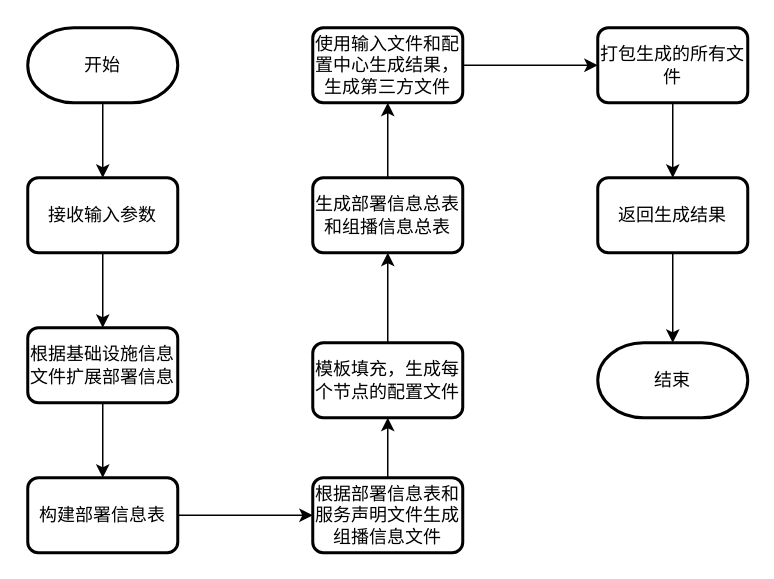
Before: page "整体流程图" (1 of 18) of docs/details/drawiofiles/概设原始图.drawio in dalgorithm-bastar/configer, a draw.io diagram. Source tidied: cells renumbered, new cells numbered last; positions are measured from the earlier drawing's top-left corner, leaving out a move shared by most shapes. Both pictures are drawn from the tidied source at 150%, with x=0, y=0 at pixel (27, 27).
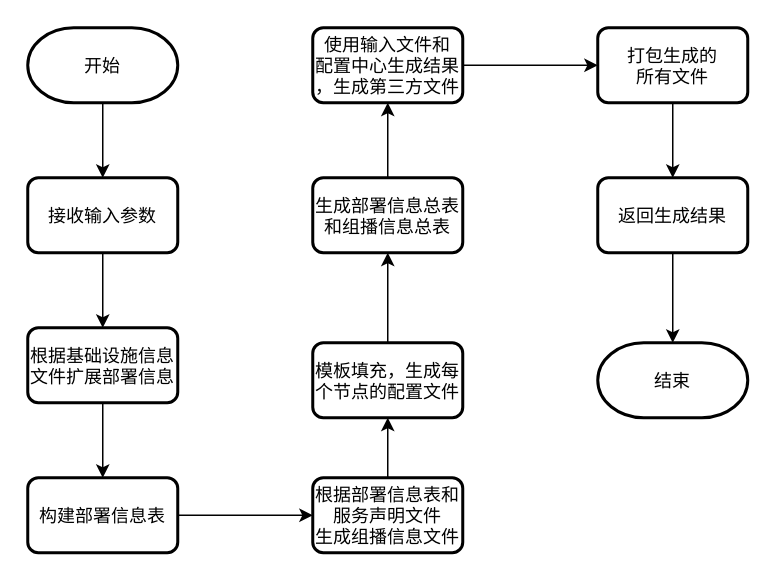
After the change.

Change to the diagram source:
```diff
@@
-    <mxCell id="2" style="edgeStyle=none;html=1;entryX=0.5;entryY=0;entryDx=0;entryDy=0;" parent="1" edge="1" source="3" target="5">
+    <mxCell id="2" style="edgeStyle=none;entryX=0.5;entryY=0;entryDx=0;entryDy=0;" parent="1" edge="1" source="3" target="5">
       <mxGeometry relative="1" as="geometry" />
     </mxCell>
-    <mxCell id="3" value="开始" style="strokeWidth=2;html=1;shape=mxgraph.flowchart.terminator;whiteSpace=wrap;" parent="1" vertex="1">
+    <mxCell id="3" value="开始" style="strokeWidth=2;shape=mxgraph.flowchart.terminator;" parent="1" vertex="1">
       <mxGeometry width="100" height="50" as="geometry" />
     </mxCell>
-    <mxCell id="4" style="edgeStyle=none;html=1;entryX=0.5;entryY=0;entryDx=0;entryDy=0;" parent="1" edge="1" source="5" target="7">
+    <mxCell id="4" style="edgeStyle=none;entryX=0.5;entryY=0;entryDx=0;entryDy=0;" parent="1" edge="1" source="5" target="7">
       <mxGeometry relative="1" as="geometry" />
     </mxCell>
-    <mxCell id="5" value="接收输入参数" style="rounded=1;whiteSpace=wrap;html=1;absoluteArcSize=1;arcSize=14;strokeWidth=2;" parent="1" vertex="1">
+    <mxCell id="5" value="接收输入参数" style="rounded=1;absoluteArcSize=1;arcSize=14;strokeWidth=2;" parent="1" vertex="1">
       <mxGeometry y="100" width="100" height="50" as="geometry" />
     </mxCell>
-    <mxCell id="6" style="edgeStyle=none;html=1;entryX=0.5;entryY=0;entryDx=0;entryDy=0;" parent="1" edge="1" source="7" target="9">
+    <mxCell id="6" style="edgeStyle=none;entryX=0.5;entryY=0;entryDx=0;entryDy=0;" parent="1" edge="1" source="7" target="9">
       <mxGeometry relative="1" as="geometry" />
     </mxCell>
-    <mxCell id="7" value="根据基础设施信息文件扩展部署信息" style="rounded=1;whiteSpace=wrap;html=1;absoluteArcSize=1;arcSize=14;strokeWidth=2;" parent="1" vertex="1">
+    <mxCell id="7" value="根据基础设施信息&#10;文件扩展部署信息" style="rounded=1;absoluteArcSize=1;arcSize=14;strokeWidth=2;" parent="1" vertex="1">
       <mxGeometry y="200" width="100" height="50" as="geometry" />
     </mxCell>
-    <mxCell id="8" style="edgeStyle=none;html=1;entryX=0;entryY=0.5;entryDx=0;entryDy=0;" parent="1" edge="1" source="9" target="22">
+    <mxCell id="8" style="edgeStyle=none;entryX=0;entryY=0.5;entryDx=0;entryDy=0;" parent="1" edge="1" source="9" target="22">
       <mxGeometry relative="1" as="geometry" />
     </mxCell>
-    <mxCell id="9" value="构建部署信息表" style="rounded=1;whiteSpace=wrap;html=1;absoluteArcSize=1;arcSize=14;strokeWidth=2;" parent="1" vertex="1">
+    <mxCell id="9" value="构建部署信息表" style="rounded=1;absoluteArcSize=1;arcSize=14;strokeWidth=2;" parent="1" vertex="1">
       <mxGeometry y="300" width="100" height="50" as="geometry" />
     </mxCell>
-    <mxCell id="10" style="edgeStyle=none;html=1;entryX=0.5;entryY=1;entryDx=0;entryDy=0;" parent="1" edge="1" source="11" target="14">
+    <mxCell id="10" style="edgeStyle=none;entryX=0.5;entryY=1;entryDx=0;entryDy=0;" parent="1" edge="1" source="11" target="14">
       <mxGeometry relative="1" as="geometry" />
     </mxCell>
-    <mxCell id="11" value="模板填充，生成每个节点的配置文件" style="rounded=1;whiteSpace=wrap;html=1;absoluteArcSize=1;arcSize=14;strokeWidth=2;" parent="1" vertex="1">
+    <mxCell id="11" value="模板填充，生成每&#10;个节点的配置文件" style="rounded=1;absoluteArcSize=1;arcSize=14;strokeWidth=2;" parent="1" vertex="1">
       <mxGeometry x="190" y="210" width="100" height="50" as="geometry" />
     </mxCell>
-    <mxCell id="12" value="使用输入文件和配置中心生成结果，生成第三方文件" style="rounded=1;whiteSpace=wrap;html=1;absoluteArcSize=1;arcSize=14;strokeWidth=2;" parent="1" vertex="1">
+    <mxCell id="12" value="使用输入文件和&#10;配置中心生成结果&#10;，生成第三方文件" style="rounded=1;absoluteArcSize=1;arcSize=14;strokeWidth=2;" parent="1" vertex="1">
       <mxGeometry x="190" width="100" height="50" as="geometry" />
     </mxCell>
-    <mxCell id="13" style="edgeStyle=none;html=1;entryX=0.5;entryY=1;entryDx=0;entryDy=0;" parent="1" edge="1" source="14" target="12">
+    <mxCell id="13" style="edgeStyle=none;entryX=0.5;entryY=1;entryDx=0;entryDy=0;" parent="1" edge="1" source="14" target="12">
       <mxGeometry relative="1" as="geometry" />
     </mxCell>
-    <mxCell id="14" value="生成部署信息总表和组播信息总表" style="rounded=1;whiteSpace=wrap;html=1;absoluteArcSize=1;arcSize=14;strokeWidth=2;" parent="1" vertex="1">
+    <mxCell id="14" value="生成部署信息总表&#10;和组播信息总表" style="rounded=1;absoluteArcSize=1;arcSize=14;strokeWidth=2;" parent="1" vertex="1">
       <mxGeometry x="190" y="100" width="100" height="50" as="geometry" />
     </mxCell>
-    <mxCell id="15" style="edgeStyle=none;html=1;exitX=1;exitY=0.5;exitDx=0;exitDy=0;entryX=0;entryY=0.5;entryDx=0;entryDy=0;" parent="1" edge="1" source="12" target="17">
+    <mxCell id="15" style="edgeStyle=none;exitX=1;exitY=0.5;exitDx=0;exitDy=0;entryX=0;entryY=0.5;entryDx=0;entryDy=0;" parent="1" edge="1" source="12" target="17">
       <mxGeometry relative="1" as="geometry" />
     </mxCell>
-    <mxCell id="16" style="edgeStyle=none;html=1;entryX=0.5;entryY=0;entryDx=0;entryDy=0;" parent="1" edge="1" source="17" target="19">
+    <mxCell id="16" style="edgeStyle=none;entryX=0.5;entryY=0;entryDx=0;entryDy=0;" parent="1" edge="1" source="17" target="19">
       <mxGeometry relative="1" as="geometry" />
     </mxCell>
-    <mxCell id="17" value="打包生成的所有文件" style="rounded=1;whiteSpace=wrap;html=1;absoluteArcSize=1;arcSize=14;strokeWidth=2;" parent="1" vertex="1">
+    <mxCell id="17" value="打包生成的&#10;所有文件" style="rounded=1;absoluteArcSize=1;arcSize=14;strokeWidth=2;" parent="1" vertex="1">
       <mxGeometry x="380" width="100" height="50" as="geometry" />
     </mxCell>
-    <mxCell id="18" style="edgeStyle=none;html=1;entryX=0.5;entryY=0;entryDx=0;entryDy=0;entryPerimeter=0;" parent="1" edge="1" source="19" target="20">
+    <mxCell id="18" style="edgeStyle=none;entryX=0.5;entryY=0;entryDx=0;entryDy=0;entryPerimeter=0;" parent="1" edge="1" source="19" target="20">
       <mxGeometry relative="1" as="geometry" />
     </mxCell>
-    <mxCell id="19" value="返回生成结果" style="rounded=1;whiteSpace=wrap;html=1;absoluteArcSize=1;arcSize=14;strokeWidth=2;" parent="1" vertex="1">
+    <mxCell id="19" value="返回生成结果" style="rounded=1;absoluteArcSize=1;arcSize=14;strokeWidth=2;" parent="1" vertex="1">
       <mxGeometry x="380" y="100" width="100" height="50" as="geometry" />
     </mxCell>
-    <mxCell id="20" value="结束" style="strokeWidth=2;html=1;shape=mxgraph.flowchart.terminator;whiteSpace=wrap;" parent="1" vertex="1">
+    <mxCell id="20" value="结束" style="strokeWidth=2;shape=mxgraph.flowchart.terminator;" parent="1" vertex="1">
       <mxGeometry x="380" y="210" width="100" height="50" as="geometry" />
     </mxCell>
-    <mxCell id="21" style="edgeStyle=none;html=1;entryX=0.5;entryY=1;entryDx=0;entryDy=0;" parent="1" edge="1" source="22" target="11">
+    <mxCell id="21" style="edgeStyle=none;entryX=0.5;entryY=1;entryDx=0;entryDy=0;" parent="1" edge="1" source="22" target="11">
       <mxGeometry relative="1" as="geometry" />
     </mxCell>
-    <mxCell id="22" value="根据部署信息表和服务声明文件生成组播信息文件" style="rounded=1;whiteSpace=wrap;html=1;absoluteArcSize=1;arcSize=14;strokeWidth=2;" parent="1" vertex="1">
+    <mxCell id="22" value="根据部署信息表和&#10;服务声明文件&#10;生成组播信息文件" style="rounded=1;absoluteArcSize=1;arcSize=14;strokeWidth=2;" parent="1" vertex="1">
       <mxGeometry x="190" y="300" width="100" height="50" as="geometry" />
     </mxCell>
```
